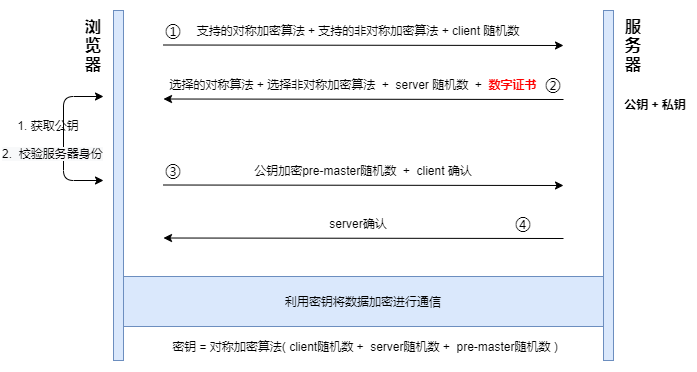
Earlier version of the draw.io export 前端基础巩固/一文读懂HTTPS/img/result.png (HeJueting/Blog). Source tidied: cells renumbered, new cells last; positions are measured from the earlier drawing's top-left corner, leaving out a move shared by most shapes.
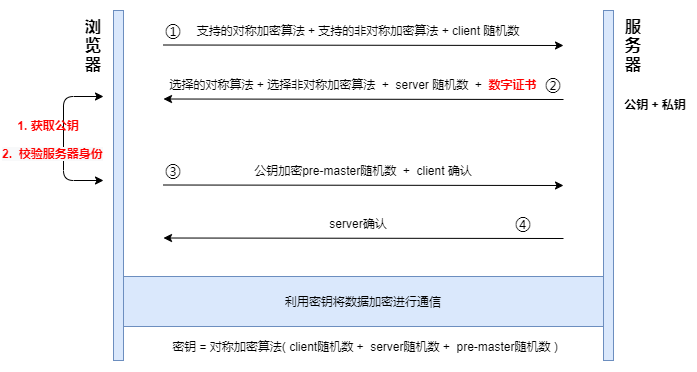
After the commit.

Diff of the diagram source:
```diff
@@ -84,10 +84,10 @@
         </Array>
       </mxGeometry>
     </mxCell>
-    <mxCell id="23" value="1. 获取公钥" style="text;html=1;strokeColor=none;fillColor=none;align=center;verticalAlign=middle;whiteSpace=wrap;rounded=0;" parent="1" vertex="1">
+    <mxCell id="23" value="&lt;b&gt;&lt;font color=&quot;#ff0000&quot;&gt;1. 获取公钥&lt;/font&gt;&lt;/b&gt;" style="text;html=1;strokeColor=none;fillColor=none;align=center;verticalAlign=middle;whiteSpace=wrap;rounded=0;" parent="1" vertex="1">
       <mxGeometry x="13" y="110" width="70" height="30" as="geometry" />
     </mxCell>
-    <mxCell id="24" value="&lt;span style=&quot;color: rgb(0, 0, 0); font-family: helvetica; font-size: 12px; font-style: normal; font-weight: 400; letter-spacing: normal; text-align: left; text-indent: 0px; text-transform: none; word-spacing: 0px; background-color: rgb(248, 249, 250); display: inline; float: none;&quot;&gt;2.&amp;nbsp; 校验服务器身份&lt;/span&gt;" style="text;whiteSpace=wrap;html=1;" parent="1" vertex="1">
+    <mxCell id="24" value="&lt;span style=&quot;font-family: &amp;#34;helvetica&amp;#34; ; font-size: 12px ; font-style: normal ; letter-spacing: normal ; text-align: left ; text-indent: 0px ; text-transform: none ; word-spacing: 0px ; background-color: rgb(248 , 249 , 250) ; display: inline ; float: none&quot;&gt;&lt;b&gt;&lt;font color=&quot;#ff0000&quot;&gt;2.&amp;nbsp; 校验服务器身份&lt;/font&gt;&lt;/b&gt;&lt;/span&gt;" style="text;whiteSpace=wrap;html=1;" parent="1" vertex="1">
       <mxGeometry y="140" width="110" height="30" as="geometry" />
     </mxCell>
   </root>
```
